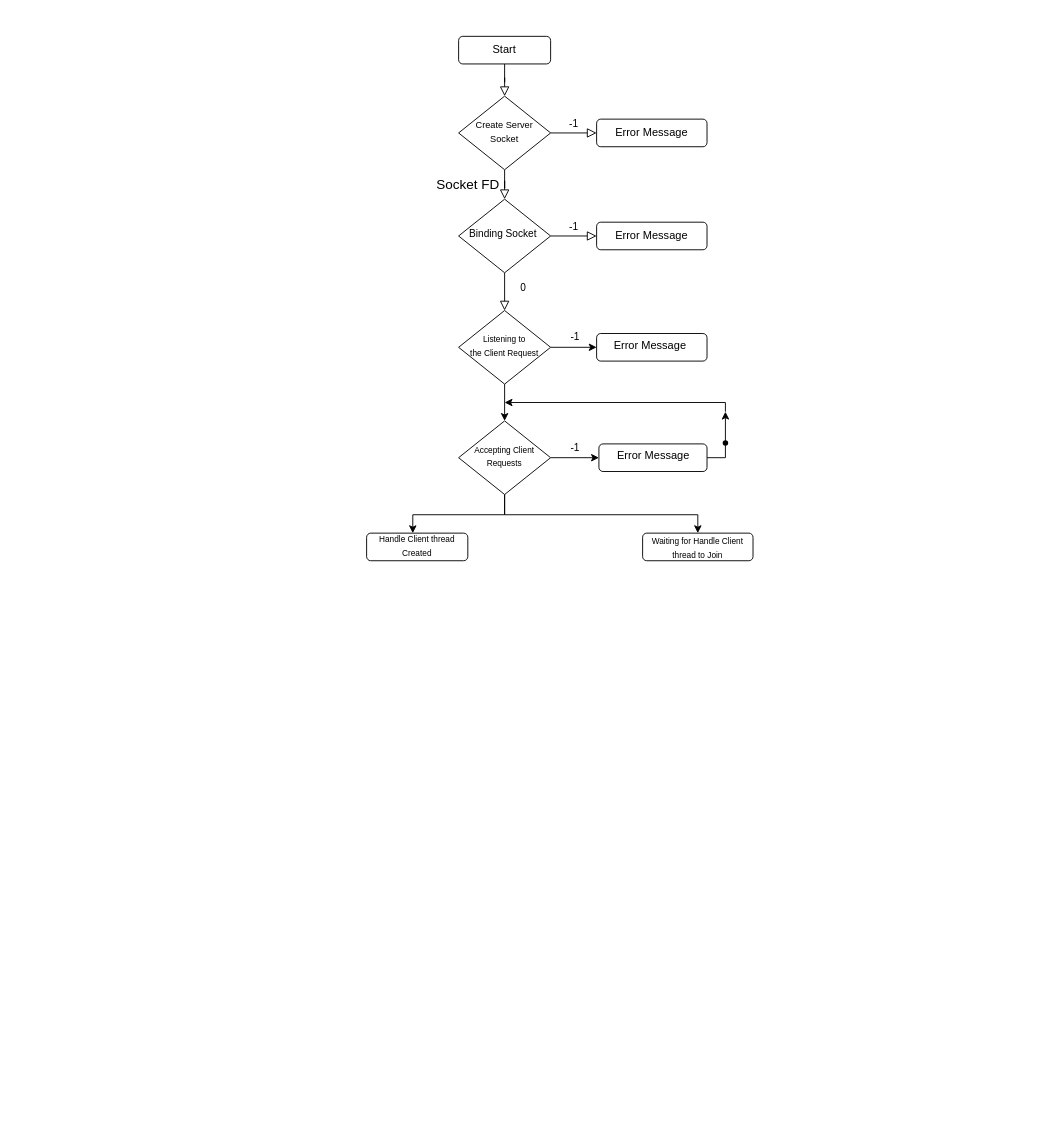
The draw.io diagram Untitled Diagram.drawio in Akshaikh8511/test, before the edit. Source tidied: cells renumbered, new cells numbered last; positions are measured from the earlier drawing's top-left corner, leaving out a move shared by most shapes. Both pictures are drawn from the tidied source at 92%, with x=0, y=0 at pixel (366, 36).
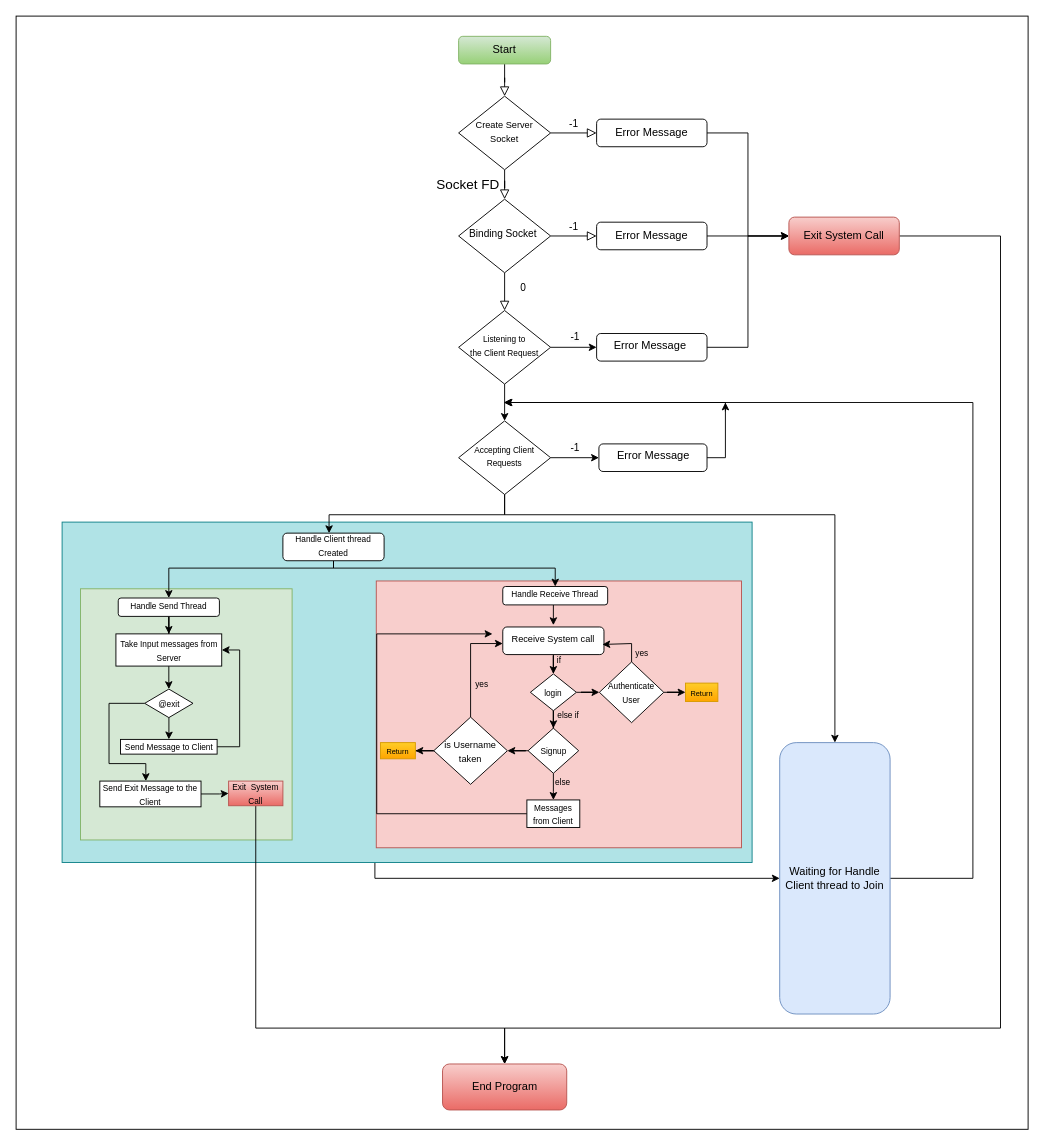
Above is the later version.

The change refers to these unchanged cells:
```xml
<mxCell id="7" value="Error Message" style="rounded=1;whiteSpace=wrap;html=1;fontSize=12;glass=0;strokeWidth=1;shadow=0;" parent="1" vertex="1">
  <mxGeometry x="250" y="90" width="120" height="30" as="geometry" />
</mxCell>
<mxCell id="11" value="Error Message" style="rounded=1;whiteSpace=wrap;html=1;fontSize=12;glass=0;strokeWidth=1;shadow=0;" parent="1" vertex="1">
  <mxGeometry x="250" y="202" width="120" height="30" as="geometry" />
</mxCell>
<mxCell id="15" value="Error Message&amp;nbsp;" style="rounded=1;whiteSpace=wrap;html=1;shadow=0;strokeWidth=1;spacing=6;spacingTop=-4;" parent="1" vertex="1">
  <mxGeometry x="250" y="323" width="120" height="30" as="geometry" />
</mxCell>
<mxCell id="19" value="&lt;font style=&quot;font-size: 9px;&quot;&gt;Accepting Client Requests&lt;/font&gt;" style="rhombus;whiteSpace=wrap;html=1;shadow=0;fontFamily=Helvetica;fontSize=12;align=center;strokeWidth=1;spacing=6;spacingTop=-4;" parent="1" vertex="1">
  <mxGeometry x="100" y="418" width="100" height="80" as="geometry" />
</mxCell>
<mxCell id="22" value="Error Message" style="rounded=1;whiteSpace=wrap;html=1;shadow=0;strokeWidth=1;spacing=6;spacingTop=-4;" parent="1" vertex="1">
  <mxGeometry x="252.5" y="443" width="117.5" height="30" as="geometry" />
</mxCell>
```

What changed in the source:
```diff
@@
+    <mxCell id="28" style="rounded=0;whiteSpace=wrap;html=1;" parent="1" vertex="1">
+      <mxGeometry x="-381" y="-22" width="1100" height="1210" as="geometry" />
+    </mxCell>
+    <mxCell id="29" style="edgeStyle=orthogonalEdgeStyle;rounded=0;jettySize=auto;html=1;entryX=0;entryY=0.5;entryDx=0;entryDy=0;" parent="1" edge="1" source="30" target="27">
+      <mxGeometry relative="1" as="geometry">
+        <Array as="points">
+          <mxPoint x="9" y="915" />
+        </Array>
+      </mxGeometry>
+    </mxCell>
+    <mxCell id="30" style="rounded=0;whiteSpace=wrap;html=1;fillColor=#b0e3e6;strokeColor=#0e8088;" parent="1" vertex="1">
+      <mxGeometry x="-331" y="528" width="750" height="370" as="geometry" />
+    </mxCell>
+    <mxCell id="31" style="rounded=0;whiteSpace=wrap;html=1;fillColor=#d5e8d4;strokeColor=#82b366;" parent="1" vertex="1">
+      <mxGeometry x="-311" y="600.5" width="230" height="273" as="geometry" />
+    </mxCell>
+    <mxCell id="32" style="rounded=0;whiteSpace=wrap;html=1;fillColor=#f8cecc;strokeColor=#b85450;" parent="1" vertex="1">
+      <mxGeometry x="10.5" y="592" width="397" height="290" as="geometry" />
+    </mxCell>
@@
-    <mxCell id="3" value="Start" style="rounded=1;whiteSpace=wrap;html=1;fontSize=12;glass=0;strokeWidth=1;shadow=0;" parent="1" vertex="1">
+    <mxCell id="3" value="Start" style="rounded=1;whiteSpace=wrap;html=1;fontSize=12;glass=0;strokeWidth=1;shadow=0;fillColor=#d5e8d4;gradientColor=#97d077;strokeColor=#82b366;" parent="1" vertex="1">
       <mxGeometry x="100" width="100" height="30" as="geometry" />
     </mxCell>
@@
+    <mxCell id="33" style="edgeStyle=orthogonalEdgeStyle;rounded=0;jettySize=auto;html=1;entryX=0;entryY=0.5;entryDx=0;entryDy=0;" parent="1" edge="1" source="7" target="79">
+      <mxGeometry relative="1" as="geometry" />
+    </mxCell>
@@
+    <mxCell id="34" style="edgeStyle=orthogonalEdgeStyle;rounded=0;jettySize=auto;html=1;" parent="1" edge="1" source="11" target="79">
+      <mxGeometry relative="1" as="geometry" />
+    </mxCell>
@@
+    <mxCell id="35" style="edgeStyle=orthogonalEdgeStyle;rounded=0;jettySize=auto;html=1;entryX=0;entryY=0.5;entryDx=0;entryDy=0;" parent="1" edge="1" source="15" target="79">
+      <mxGeometry relative="1" as="geometry" />
+    </mxCell>
@@
     <mxCell id="17" style="edgeStyle=orthogonalEdgeStyle;rounded=0;jettySize=auto;html=1;entryX=0.456;entryY=0.001;entryDx=0;entryDy=0;entryPerimeter=0;" parent="1" edge="1" target="26">
       <mxGeometry relative="1" as="geometry">
         <mxPoint x="150" y="473" as="sourcePoint" />
         <Array as="points">
           <mxPoint x="150" y="520" />
-          <mxPoint x="50" y="520" />
+          <mxPoint x="-41" y="520" />
         </Array>
       </mxGeometry>
     </mxCell>
     <mxCell id="18" style="edgeStyle=orthogonalEdgeStyle;rounded=0;jettySize=auto;html=1;exitX=0.5;exitY=1;exitDx=0;exitDy=0;entryX=0.5;entryY=0;entryDx=0;entryDy=0;" parent="1" edge="1" source="19" target="27">
       <mxGeometry relative="1" as="geometry">
         <Array as="points">
           <mxPoint x="150" y="520" />
-          <mxPoint x="360" y="520" />
+          <mxPoint x="509" y="520" />
         </Array>
       </mxGeometry>
     </mxCell>
@@
     <mxCell id="21" style="edgeStyle=orthogonalEdgeStyle;rounded=0;jettySize=auto;html=1;" parent="1" edge="1" source="22">
       <mxGeometry relative="1" as="geometry">
-        <mxPoint x="390" y="408" as="targetPoint" />
+        <mxPoint x="390" y="398" as="targetPoint" />
         <Array as="points">
           <mxPoint x="390" y="458" />
           <mxPoint x="390" y="408" />
         </Array>
       </mxGeometry>
     </mxCell>
@@
-    <mxCell id="25" style="shape=waypoint;sketch=0;size=6;fillColor=default;perimeter=centerPerimeter;rounded=1;shadow=0;strokeWidth=1;spacing=6;spacingTop=-4;" parent="1" vertex="1">
-      <mxGeometry x="380" y="432" width="20" height="20" as="geometry" />
-    </mxCell>
+    <mxCell id="36" style="edgeStyle=orthogonalEdgeStyle;rounded=0;jettySize=auto;html=1;entryX=0.5;entryY=0;entryDx=0;entryDy=0;exitX=0.5;exitY=1;exitDx=0;exitDy=0;" parent="1" edge="1" source="26" target="40">
+      <mxGeometry relative="1" as="geometry">
+        <Array as="points">
+          <mxPoint x="-36" y="578" />
+          <mxPoint x="-215" y="578" />
+        </Array>
+      </mxGeometry>
+    </mxCell>
+    <mxCell id="37" style="edgeStyle=orthogonalEdgeStyle;rounded=0;jettySize=auto;html=1;entryX=0.5;entryY=0;entryDx=0;entryDy=0;exitX=0.5;exitY=1;exitDx=0;exitDy=0;" parent="1" edge="1" source="26" target="51">
+      <mxGeometry relative="1" as="geometry">
+        <Array as="points">
+          <mxPoint x="-36" y="578" />
+          <mxPoint x="205" y="578" />
+        </Array>
+      </mxGeometry>
+    </mxCell>
     <mxCell id="26" value="&lt;font style=&quot;font-size: 9px;&quot;&gt;Handle Client thread Created&lt;/font&gt;" style="rounded=1;whiteSpace=wrap;html=1;shadow=0;strokeWidth=1;spacing=6;spacingTop=-4;" parent="1" vertex="1">
-      <mxGeometry y="540" width="110" height="30" as="geometry" />
+      <mxGeometry x="-91" y="540" width="110" height="30" as="geometry" />
     </mxCell>
+    <mxCell id="38" style="edgeStyle=orthogonalEdgeStyle;rounded=0;jettySize=auto;html=1;" parent="1" edge="1" source="27">
+      <mxGeometry relative="1" as="geometry">
+        <mxPoint x="149" y="398" as="targetPoint" />
+        <Array as="points">
+          <mxPoint x="659" y="915" />
+          <mxPoint x="659" y="398" />
+        </Array>
+      </mxGeometry>
+    </mxCell>
-    <mxCell id="27" value="&lt;font style=&quot;font-size: 9px;&quot;&gt;Waiting for Handle Client thread to Join&lt;/font&gt;" style="rounded=1;whiteSpace=wrap;html=1;" parent="1" vertex="1">
-      <mxGeometry x="300" y="540" width="120" height="30" as="geometry" />
+    <mxCell id="27" value="&lt;font style=&quot;font-size: 12px;&quot;&gt;Waiting for Handle Client thread to Join&lt;/font&gt;" style="rounded=1;whiteSpace=wrap;html=1;fillColor=#dae8fc;strokeColor=#6c8ebf;" parent="1" vertex="1">
+      <mxGeometry x="449" y="767.7" width="120" height="295" as="geometry" />
     </mxCell>
+    <mxCell id="39" style="edgeStyle=orthogonalEdgeStyle;rounded=0;jettySize=auto;html=1;" parent="1" edge="1" source="40" target="67">
+      <mxGeometry relative="1" as="geometry" />
+    </mxCell>
+    <mxCell id="40" value="&lt;font style=&quot;font-size: 9px;&quot;&gt;Handle Send Thread&lt;/font&gt;" style="rounded=1;whiteSpace=wrap;html=1;shadow=0;strokeWidth=1;spacing=6;spacingTop=-4;" parent="1" vertex="1">
+      <mxGeometry x="-270" y="610.5" width="110" height="20" as="geometry" />
+    </mxCell>
+    <mxCell id="41" style="edgeStyle=orthogonalEdgeStyle;rounded=0;jettySize=auto;html=1;" parent="1" edge="1" source="42" target="45">
+      <mxGeometry relative="1" as="geometry" />
+    </mxCell>
+    <mxCell id="42" value="&lt;font size=&quot;1&quot;&gt;Receive System call&lt;/font&gt;" style="rounded=1;whiteSpace=wrap;html=1;shadow=0;strokeWidth=1;spacing=6;spacingTop=-4;" parent="1" vertex="1">
+      <mxGeometry x="148" y="642" width="110" height="30" as="geometry" />
+    </mxCell>
+    <mxCell id="43" style="edgeStyle=orthogonalEdgeStyle;rounded=0;jettySize=auto;html=1;" parent="1" edge="1" source="45" target="49">
+      <mxGeometry relative="1" as="geometry" />
+    </mxCell>
+    <mxCell id="44" style="edgeStyle=orthogonalEdgeStyle;rounded=0;jettySize=auto;html=1;" parent="1" edge="1" source="45" target="58">
+      <mxGeometry relative="1" as="geometry" />
+    </mxCell>
+    <mxCell id="45" value="&lt;font style=&quot;font-size: 9px;&quot;&gt;login&lt;/font&gt;" style="rhombus;whiteSpace=wrap;html=1;" parent="1" vertex="1">
+      <mxGeometry x="178" y="693" width="50" height="40" as="geometry" />
+    </mxCell>
+    <mxCell id="46" value="&lt;font style=&quot;font-size: 9px;&quot;&gt;if&lt;/font&gt;" style="text;html=1;align=center;verticalAlign=middle;strokeColor=none;fillColor=none;" parent="1" vertex="1">
+      <mxGeometry x="194" y="663" width="30" height="30" as="geometry" />
+    </mxCell>
+    <mxCell id="47" style="edgeStyle=orthogonalEdgeStyle;rounded=0;jettySize=auto;html=1;" parent="1" edge="1" source="49" target="54">
+      <mxGeometry relative="1" as="geometry" />
+    </mxCell>
+    <mxCell id="48" style="edgeStyle=orthogonalEdgeStyle;rounded=0;jettySize=auto;html=1;" parent="1" edge="1" source="49" target="62">
+      <mxGeometry relative="1" as="geometry" />
+    </mxCell>
+    <mxCell id="49" value="&lt;font style=&quot;font-size: 9px;&quot;&gt;Signup&lt;/font&gt;" style="rhombus;whiteSpace=wrap;html=1;" parent="1" vertex="1">
+      <mxGeometry x="175.5" y="752" width="55" height="49" as="geometry" />
+    </mxCell>
+    <mxCell id="50" style="edgeStyle=orthogonalEdgeStyle;rounded=0;jettySize=auto;html=1;" parent="1" edge="1" source="51">
+      <mxGeometry relative="1" as="geometry">
+        <mxPoint x="203" y="640" as="targetPoint" />
+        <Array as="points">
+          <mxPoint x="203" y="640" />
+        </Array>
+      </mxGeometry>
+    </mxCell>
+    <mxCell id="51" value="&lt;font style=&quot;font-size: 9px;&quot;&gt;Handle Receive Thread&lt;/font&gt;" style="rounded=1;whiteSpace=wrap;html=1;shadow=0;strokeWidth=1;spacing=6;spacingTop=-4;" parent="1" vertex="1">
+      <mxGeometry x="148" y="598" width="114" height="20" as="geometry" />
+    </mxCell>
+    <mxCell id="52" value="&lt;font style=&quot;font-size: 9px;&quot;&gt;else if&lt;/font&gt;" style="text;html=1;align=center;verticalAlign=middle;strokeColor=none;fillColor=none;" parent="1" vertex="1">
+      <mxGeometry x="194" y="722" width="50" height="30" as="geometry" />
+    </mxCell>
+    <mxCell id="53" style="edgeStyle=orthogonalEdgeStyle;rounded=0;jettySize=auto;html=1;entryX=0;entryY=0.25;entryDx=0;entryDy=0;exitX=0;exitY=0.5;exitDx=0;exitDy=0;" parent="1" edge="1" source="54">
+      <mxGeometry relative="1" as="geometry">
+        <mxPoint x="136.8" y="649.5" as="targetPoint" />
+        <Array as="points">
+          <mxPoint x="11" y="845" />
+          <mxPoint x="11" y="650" />
+        </Array>
+      </mxGeometry>
+    </mxCell>
+    <mxCell id="54" value="&lt;font style=&quot;font-size: 9px;&quot;&gt;Messages from Client&lt;/font&gt;" style="rounded=0;whiteSpace=wrap;html=1;" parent="1" vertex="1">
+      <mxGeometry x="174.2" y="830" width="57.5" height="30" as="geometry" />
+    </mxCell>
+    <mxCell id="55" value="&lt;font style=&quot;font-size: 9px;&quot;&gt;else&lt;/font&gt;" style="text;html=1;align=center;verticalAlign=middle;strokeColor=none;fillColor=none;" parent="1" vertex="1">
+      <mxGeometry x="193" y="795" width="40" height="30" as="geometry" />
+    </mxCell>
+    <mxCell id="56" style="edgeStyle=orthogonalEdgeStyle;rounded=0;jettySize=auto;html=1;entryX=0.984;entryY=0.633;entryDx=0;entryDy=0;entryPerimeter=0;" parent="1" edge="1" source="58" target="42">
+      <mxGeometry relative="1" as="geometry">
+        <Array as="points">
+          <mxPoint x="288" y="660" />
+          <mxPoint x="256" y="660" />
+        </Array>
+      </mxGeometry>
+    </mxCell>
+    <mxCell id="57" style="edgeStyle=orthogonalEdgeStyle;rounded=0;jettySize=auto;html=1;" parent="1" edge="1" source="58" target="59">
+      <mxGeometry relative="1" as="geometry" />
+    </mxCell>
+    <mxCell id="58" value="&lt;p style=&quot;line-height: 100%;&quot;&gt;&lt;/p&gt;&lt;div style=&quot;&quot;&gt;&lt;span style=&quot;background-color: initial;&quot;&gt;&lt;font style=&quot;font-size: 9px;&quot;&gt;Authenticate User&lt;/font&gt;&lt;/span&gt;&lt;/div&gt;&lt;p&gt;&lt;/p&gt;" style="rhombus;whiteSpace=wrap;html=1;align=center;" parent="1" vertex="1">
+      <mxGeometry x="253" y="680" width="70" height="66" as="geometry" />
+    </mxCell>
+    <mxCell id="59" value="&lt;font style=&quot;font-size: 8px;&quot;&gt;Return&lt;/font&gt;" style="whiteSpace=wrap;html=1;fillColor=#ffcd28;gradientColor=#ffa500;strokeColor=#d79b00;" parent="1" vertex="1">
+      <mxGeometry x="346.6" y="703" width="35.2" height="20" as="geometry" />
+    </mxCell>
+    <mxCell id="60" style="edgeStyle=orthogonalEdgeStyle;rounded=0;jettySize=auto;html=1;" parent="1" edge="1" source="62" target="42">
+      <mxGeometry relative="1" as="geometry">
+        <Array as="points">
+          <mxPoint x="113" y="660" />
+        </Array>
+      </mxGeometry>
+    </mxCell>
+    <mxCell id="61" style="edgeStyle=orthogonalEdgeStyle;rounded=0;jettySize=auto;html=1;" parent="1" edge="1" source="62" target="65">
+      <mxGeometry relative="1" as="geometry" />
+    </mxCell>
+    <mxCell id="62" value="&lt;font size=&quot;1&quot;&gt;is Username taken&lt;/font&gt;" style="rhombus;whiteSpace=wrap;html=1;" parent="1" vertex="1">
+      <mxGeometry x="73" y="740" width="80" height="73" as="geometry" />
+    </mxCell>
+    <mxCell id="63" value="&lt;font style=&quot;font-size: 9px;&quot;&gt;yes&lt;/font&gt;" style="text;html=1;align=center;verticalAlign=middle;strokeColor=none;fillColor=none;" parent="1" vertex="1">
+      <mxGeometry x="279" y="655" width="40" height="30" as="geometry" />
+    </mxCell>
+    <mxCell id="64" value="&lt;font style=&quot;font-size: 9px;&quot;&gt;yes&lt;/font&gt;" style="text;html=1;align=center;verticalAlign=middle;strokeColor=none;fillColor=none;" parent="1" vertex="1">
+      <mxGeometry x="105" y="689" width="40" height="30" as="geometry" />
+    </mxCell>
+    <mxCell id="65" value="&lt;font style=&quot;font-size: 8px;&quot;&gt;Return&lt;/font&gt;" style="whiteSpace=wrap;html=1;align=center;fillColor=#ffcd28;gradientColor=#ffa500;strokeColor=#d79b00;" parent="1" vertex="1">
+      <mxGeometry x="15" y="767.7" width="38" height="17.6" as="geometry" />
+    </mxCell>
+    <mxCell id="66" style="edgeStyle=orthogonalEdgeStyle;rounded=0;jettySize=auto;html=1;" parent="1" edge="1" source="67" target="70">
+      <mxGeometry relative="1" as="geometry" />
+    </mxCell>
+    <mxCell id="67" value="&lt;font style=&quot;font-size: 9px;&quot;&gt;Take Input messages from Server&lt;/font&gt;" style="rounded=0;whiteSpace=wrap;html=1;" parent="1" vertex="1">
+      <mxGeometry x="-272.5" y="649.5" width="115" height="35" as="geometry" />
+    </mxCell>
+    <mxCell id="68" style="edgeStyle=orthogonalEdgeStyle;rounded=0;jettySize=auto;html=1;" parent="1" edge="1" source="70" target="72">
+      <mxGeometry relative="1" as="geometry" />
+    </mxCell>
+    <mxCell id="69" style="edgeStyle=orthogonalEdgeStyle;rounded=0;jettySize=auto;html=1;exitX=0;exitY=0.5;exitDx=0;exitDy=0;" parent="1" edge="1" source="70" target="74">
+      <mxGeometry relative="1" as="geometry">
+        <Array as="points">
+          <mxPoint x="-280" y="724.5" />
+          <mxPoint x="-280" y="790.5" />
+          <mxPoint x="-240" y="790.5" />
+        </Array>
+      </mxGeometry>
+    </mxCell>
+    <mxCell id="70" value="&lt;font style=&quot;font-size: 9px;&quot;&gt;@exit&lt;/font&gt;" style="rhombus;whiteSpace=wrap;html=1;rounded=0;" parent="1" vertex="1">
+      <mxGeometry x="-241.2" y="709.5" width="52.5" height="31" as="geometry" />
+    </mxCell>
+    <mxCell id="71" style="edgeStyle=orthogonalEdgeStyle;rounded=0;jettySize=auto;html=1;entryX=1;entryY=0.5;entryDx=0;entryDy=0;" parent="1" edge="1" source="72" target="67">
+      <mxGeometry relative="1" as="geometry">
+        <Array as="points">
+          <mxPoint x="-138" y="772.5" />
+          <mxPoint x="-138" y="667.5" />
+        </Array>
+      </mxGeometry>
+    </mxCell>
+    <mxCell id="72" value="&lt;font style=&quot;font-size: 9px;&quot;&gt;Send Message to Client&lt;/font&gt;" style="whiteSpace=wrap;html=1;rounded=0;" parent="1" vertex="1">
+      <mxGeometry x="-267.5" y="764.2" width="105" height="16" as="geometry" />
+    </mxCell>
+    <mxCell id="73" style="edgeStyle=orthogonalEdgeStyle;rounded=0;jettySize=auto;html=1;" parent="1" edge="1" source="74" target="76">
+      <mxGeometry relative="1" as="geometry" />
+    </mxCell>
+    <mxCell id="74" value="&lt;font style=&quot;font-size: 9px;&quot;&gt;Send Exit Message to the Client&lt;/font&gt;" style="whiteSpace=wrap;html=1;rounded=0;" parent="1" vertex="1">
+      <mxGeometry x="-290" y="809.5" width="110" height="28" as="geometry" />
+    </mxCell>
+    <mxCell id="75" style="edgeStyle=orthogonalEdgeStyle;rounded=0;jettySize=auto;html=1;entryX=0.5;entryY=0;entryDx=0;entryDy=0;" parent="1" edge="1" source="76" target="77">
+      <mxGeometry relative="1" as="geometry">
+        <Array as="points">
+          <mxPoint x="-120" y="1078" />
+          <mxPoint x="150" y="1078" />
+        </Array>
+      </mxGeometry>
+    </mxCell>
+    <mxCell id="76" value="&lt;font style=&quot;font-size: 9px;&quot;&gt;Exit&amp;nbsp; System Call&lt;/font&gt;" style="whiteSpace=wrap;html=1;rounded=0;fillColor=#f8cecc;strokeColor=#b85450;gradientColor=#ea6b66;" parent="1" vertex="1">
+      <mxGeometry x="-150" y="809.5" width="59" height="26.8" as="geometry" />
+    </mxCell>
+    <mxCell id="77" value="End Program" style="rounded=1;whiteSpace=wrap;html=1;fillColor=#f8cecc;gradientColor=#ea6b66;strokeColor=#b85450;" parent="1" vertex="1">
+      <mxGeometry x="82.5" y="1117" width="135" height="50" as="geometry" />
+    </mxCell>
+    <mxCell id="78" style="edgeStyle=orthogonalEdgeStyle;rounded=0;jettySize=auto;html=1;entryX=0.5;entryY=0;entryDx=0;entryDy=0;" parent="1" edge="1" source="79" target="77">
+      <mxGeometry relative="1" as="geometry">
+        <Array as="points">
+          <mxPoint x="689" y="217" />
+          <mxPoint x="689" y="1078" />
+          <mxPoint x="150" y="1078" />
+        </Array>
+      </mxGeometry>
+    </mxCell>
+    <mxCell id="79" value="Exit System Call" style="rounded=1;whiteSpace=wrap;html=1;fillColor=#f8cecc;gradientColor=#ea6b66;strokeColor=#b85450;" parent="1" vertex="1">
+      <mxGeometry x="459" y="196.5" width="120" height="41" as="geometry" />
+    </mxCell>
```
